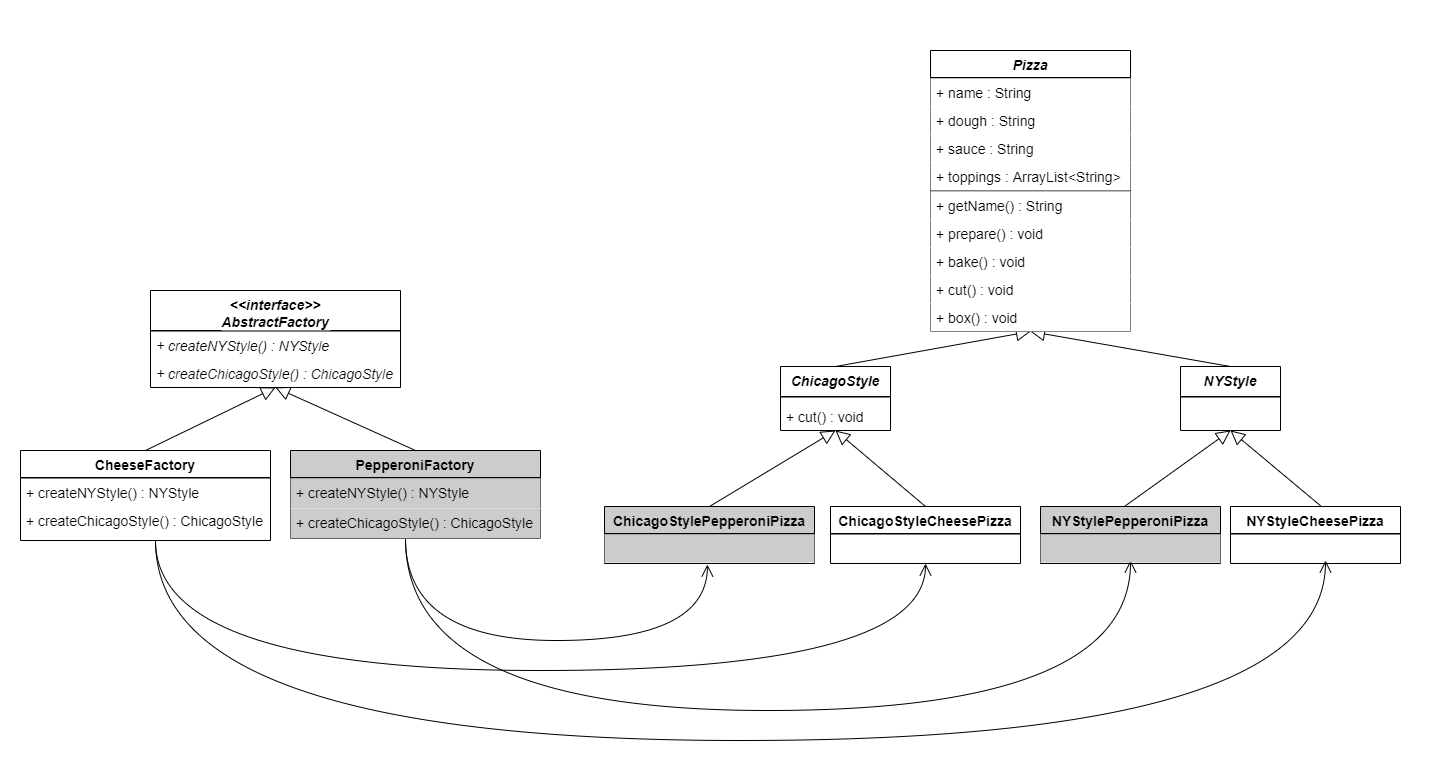
jtjin/DesignPatterns keeps this draw.io diagram as src/main/java/DesignPatterns/factory/abstractFactory/AbstractFactory.png. Above is the earlier version. Source tidied: cells renumbered, new cells last; positions are measured from the earlier drawing's top-left corner, leaving out a move shared by most shapes.
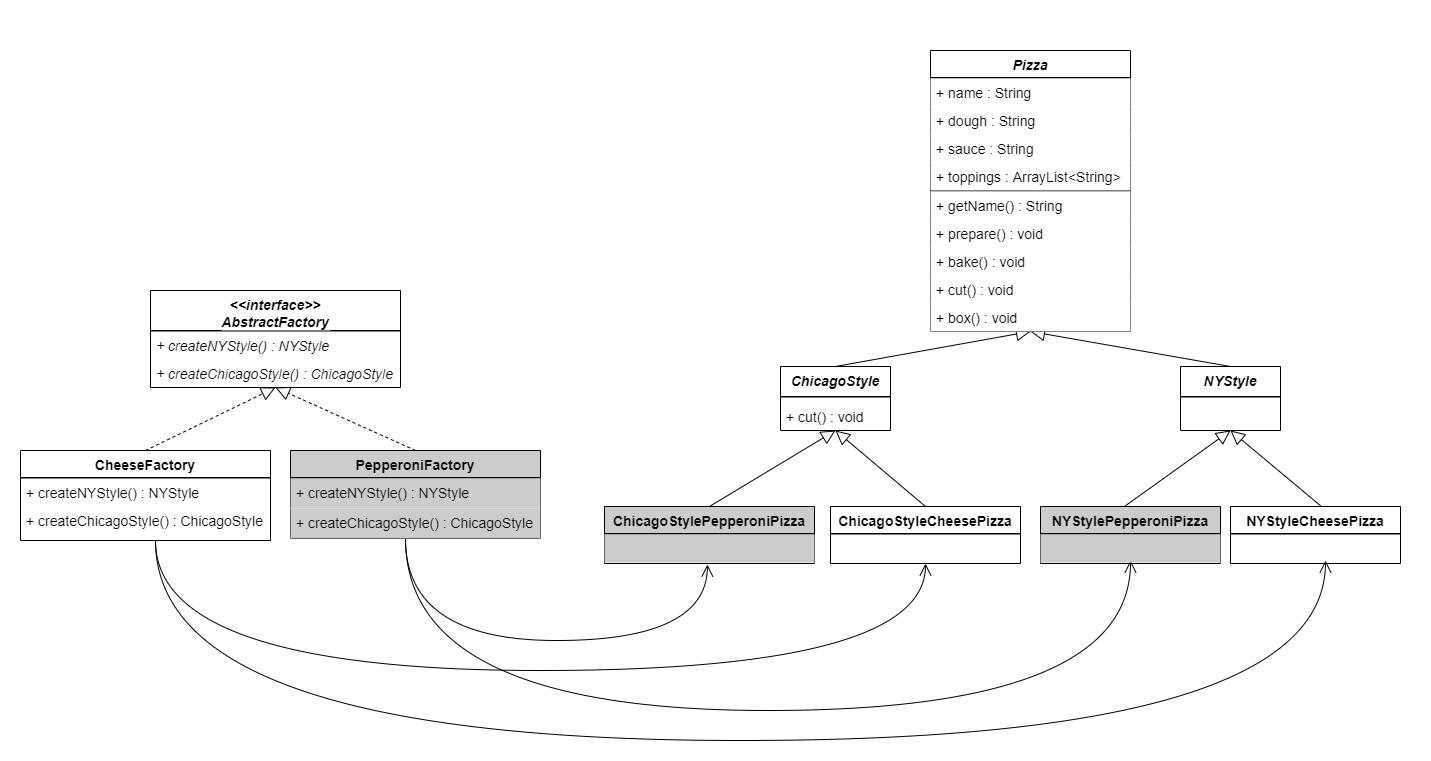
The same file after the commit.

Change to the diagram source:
```diff
@@ -117,10 +117,10 @@
     <mxCell id="32" value="+ createChicagoStyle() : ChicagoStyle" style="text;align=left;verticalAlign=top;spacingLeft=4;spacingRight=4;overflow=hidden;fontFamily=Helvetica;fontSize=14;labelBackgroundColor=none;fontStyle=0;fillColor=#CCCCCC;" parent="29" vertex="1">
       <mxGeometry y="58" width="250" height="30" as="geometry" />
     </mxCell>
-    <mxCell id="33" style="endArrow=block;endSize=12;endFill=0;html=1;fontFamily=Helvetica;fontSize=14;exitX=0.5;exitY=0;exitDx=0;exitDy=0;entryX=0.5;entryY=1;entryDx=0;entryDy=0;" parent="1" edge="1" source="23" target="3">
+    <mxCell id="33" style="endArrow=block;endSize=12;endFill=0;html=1;fontFamily=Helvetica;fontSize=14;exitX=0.5;exitY=0;exitDx=0;exitDy=0;entryX=0.5;entryY=1;entryDx=0;entryDy=0;dashed=1;" parent="1" edge="1" source="23" target="3">
       <mxGeometry x="414.5" y="383.2" as="geometry" />
     </mxCell>
-    <mxCell id="34" style="endArrow=block;endSize=12;endFill=0;html=1;fontFamily=Helvetica;fontSize=14;exitX=0.5;exitY=0;exitDx=0;exitDy=0;entryX=0.5;entryY=1;entryDx=0;entryDy=0;" parent="1" edge="1" source="29" target="3">
+    <mxCell id="34" style="endArrow=block;endSize=12;endFill=0;html=1;fontFamily=Helvetica;fontSize=14;exitX=0.5;exitY=0;exitDx=0;exitDy=0;entryX=0.5;entryY=1;entryDx=0;entryDy=0;dashed=1;" parent="1" edge="1" source="29" target="3">
       <mxGeometry x="424.5" y="393.2" as="geometry" />
     </mxCell>
     <mxCell id="35" style="endArrow=block;endSize=12;endFill=0;html=1;fontFamily=Helvetica;fontSize=14;entryX=0.5;entryY=1;entryDx=0;entryDy=0;exitX=0.461;exitY=0.012;exitDx=0;exitDy=0;exitPerimeter=0;" parent="1" edge="1" source="41" target="37">
```
